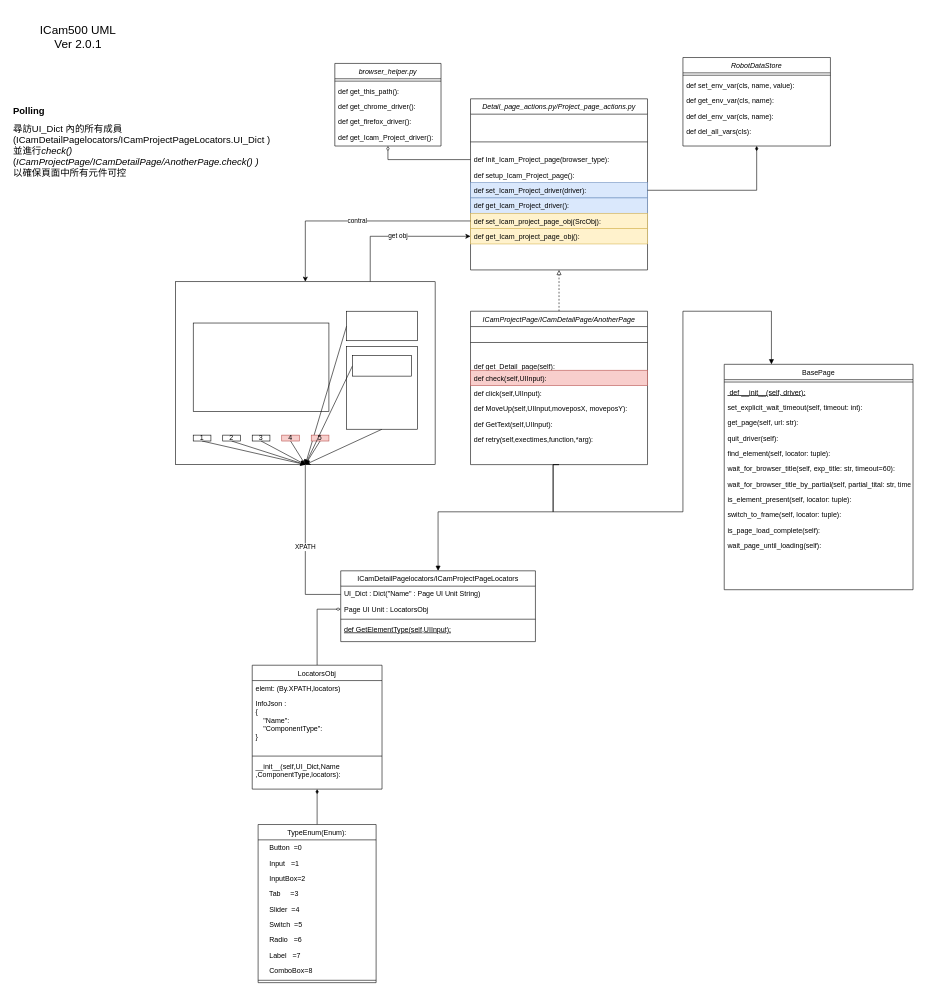
YiFan0221/E2E-POM keeps this draw.io diagram as page "版本2-20220112" (3 of 4) of doc/E2E架構圖.drawio. Above is the earlier version. Source tidied: cells renumbered, new cells numbered last; positions are measured from the earlier drawing's top-left corner, leaving out a move shared by most shapes. Both pictures are drawn from the tidied source at 59%, with x=0, y=0 at pixel (10, 10).
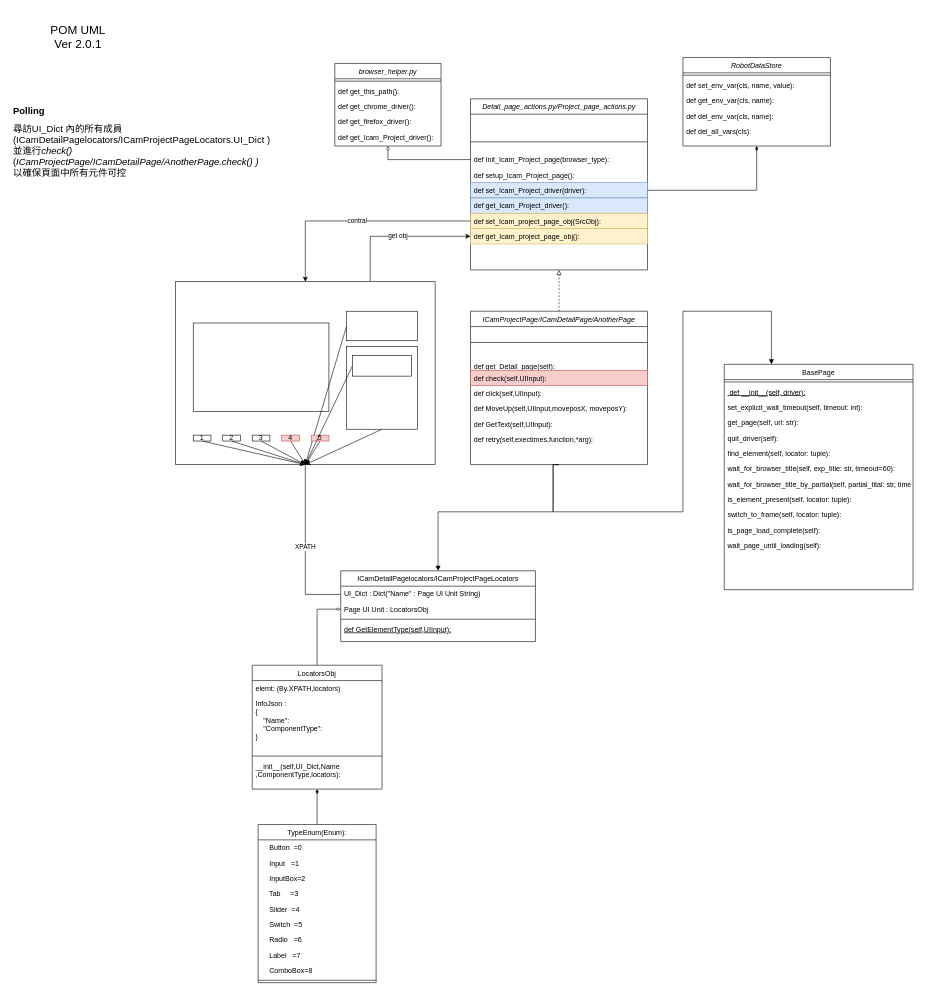
The same page after the edit.

What changed in the source:
```diff
@@
-    <mxCell id="65" value="&lt;font style=&quot;font-size: 20px&quot;&gt;ICam500 UML&lt;br&gt;Ver 2.0.1&lt;br&gt;&lt;/font&gt;" style="text;html=1;strokeColor=none;fillColor=none;align=center;verticalAlign=middle;whiteSpace=wrap;rounded=0;" parent="1" vertex="1">
+    <mxCell id="65" value="&lt;font style=&quot;font-size: 20px&quot;&gt;POM UML&lt;br&gt;Ver 2.0.1&lt;br&gt;&lt;/font&gt;" style="text;html=1;strokeColor=none;fillColor=none;align=center;verticalAlign=middle;whiteSpace=wrap;rounded=0;" parent="1" vertex="1">
       <mxGeometry width="230" height="90" as="geometry" />
     </mxCell>
```
